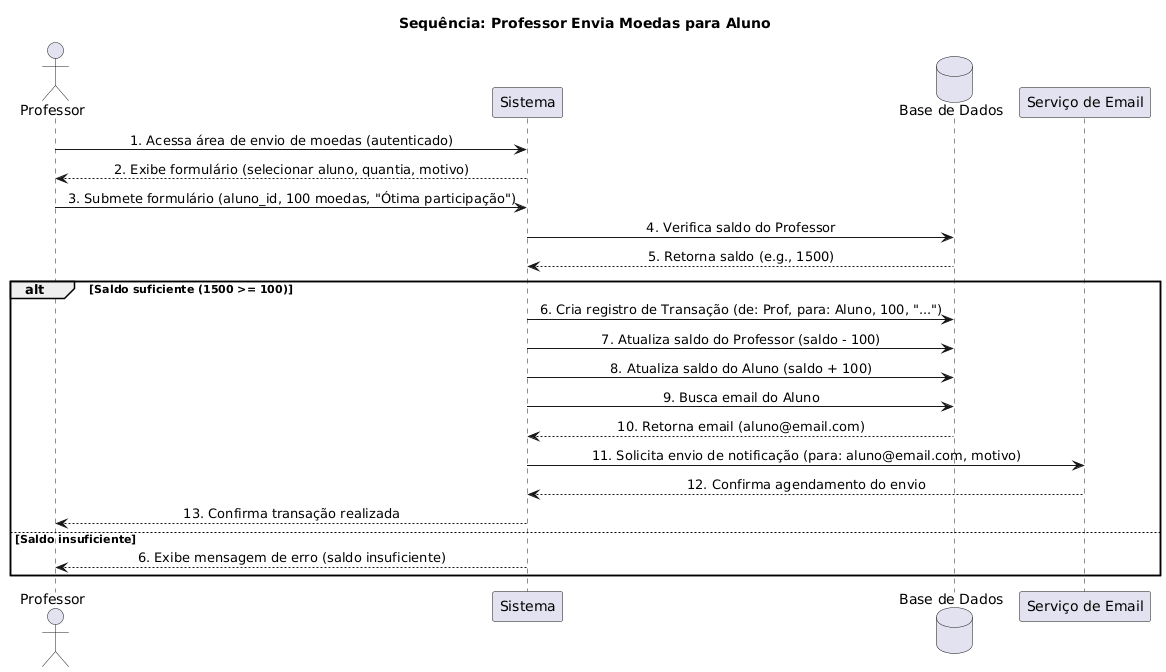
GuilhermeVieira05/Sistema-de-Moeda-Estudantil keeps this PlantUML diagram as diagramas/DiagramaSequencia-EnvioDeMoedasProfessor.png. Above is the earlier version. The source it was exported from:
```plantuml
@startuml
title Sequência: Professor Envia Moedas para Aluno

actor Professor
participant "Sistema" as Sistema
database "Base de Dados" as DB
participant "Serviço de Email" as Email

skinparam sequenceMessageAlign center

Professor -> Sistema: 1. Acessa área de envio de moedas (autenticado)
Sistema --> Professor: 2. Exibe formulário (selecionar aluno, quantia, motivo)

Professor -> Sistema: 3. Submete formulário (aluno_id, 100 moedas, "Ótima participação")

Sistema -> DB: 4. Verifica saldo do Professor
DB --> Sistema: 5. Retorna saldo (e.g., 1500)

alt Saldo suficiente (1500 >= 100)
    Sistema -> DB: 6. Cria registro de Transação (de: Prof, para: Aluno, 100, "...")
    Sistema -> DB: 7. Atualiza saldo do Professor (saldo - 100)
    Sistema -> DB: 8. Atualiza saldo do Aluno (saldo + 100)

    Sistema -> DB: 9. Busca email do Aluno
    DB --> Sistema: 10. Retorna email (aluno@email.com)

    Sistema -> Email: 11. Solicita envio de notificação (para: aluno@email.com, motivo)
    Email --> Sistema: 12. Confirma agendamento do envio

    Sistema --> Professor: 13. Confirma transação realizada
else Saldo insuficiente
    Sistema --> Professor: 6. Exibe mensagem de erro (saldo insuficiente)
end
@enduml
```
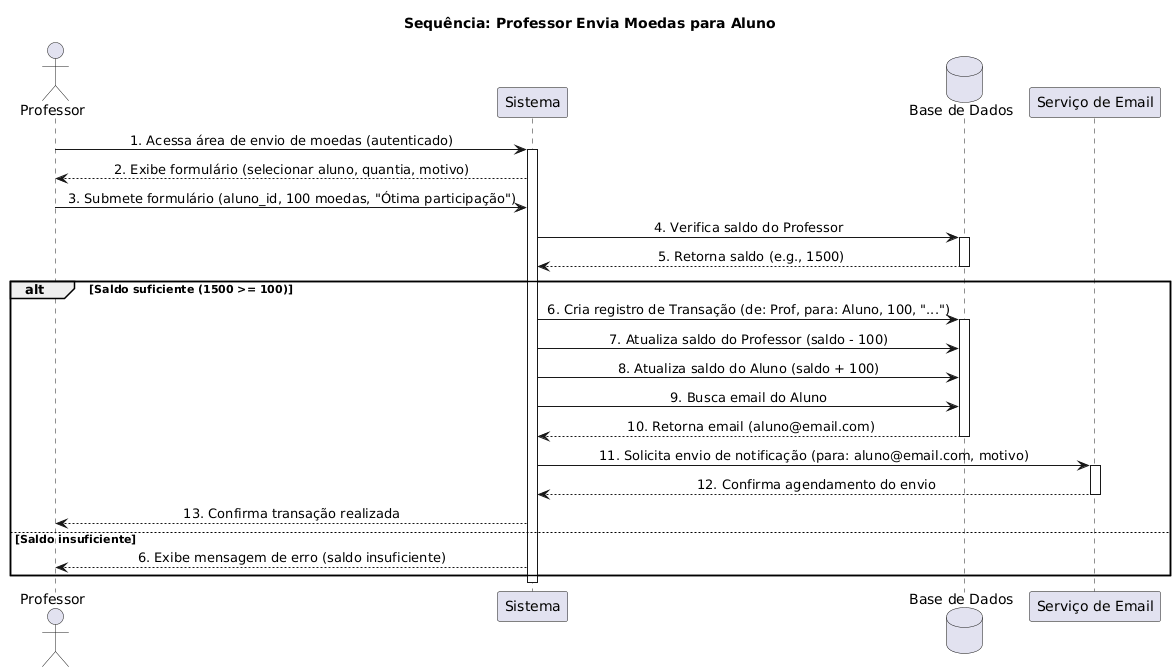
After the change.

Commit message:
docs: corrigindo diagramas de sequencia

The edit, as a diff of the source:
```diff
@@ -9,26 +9,33 @@
 skinparam sequenceMessageAlign center
 
 Professor -> Sistema: 1. Acessa área de envio de moedas (autenticado)
+activate Sistema
 Sistema --> Professor: 2. Exibe formulário (selecionar aluno, quantia, motivo)
 
 Professor -> Sistema: 3. Submete formulário (aluno_id, 100 moedas, "Ótima participação")
-
 Sistema -> DB: 4. Verifica saldo do Professor
+activate DB
 DB --> Sistema: 5. Retorna saldo (e.g., 1500)
+deactivate DB
 
 alt Saldo suficiente (1500 >= 100)
     Sistema -> DB: 6. Cria registro de Transação (de: Prof, para: Aluno, 100, "...")
+    activate DB
     Sistema -> DB: 7. Atualiza saldo do Professor (saldo - 100)
     Sistema -> DB: 8. Atualiza saldo do Aluno (saldo + 100)
 
     Sistema -> DB: 9. Busca email do Aluno
     DB --> Sistema: 10. Retorna email (aluno@email.com)
+    deactivate DB
 
     Sistema -> Email: 11. Solicita envio de notificação (para: aluno@email.com, motivo)
+    activate Email
     Email --> Sistema: 12. Confirma agendamento do envio
+    deactivate Email
 
     Sistema --> Professor: 13. Confirma transação realizada
 else Saldo insuficiente
     Sistema --> Professor: 6. Exibe mensagem de erro (saldo insuficiente)
 end
+deactivate Sistema
 @enduml
```
